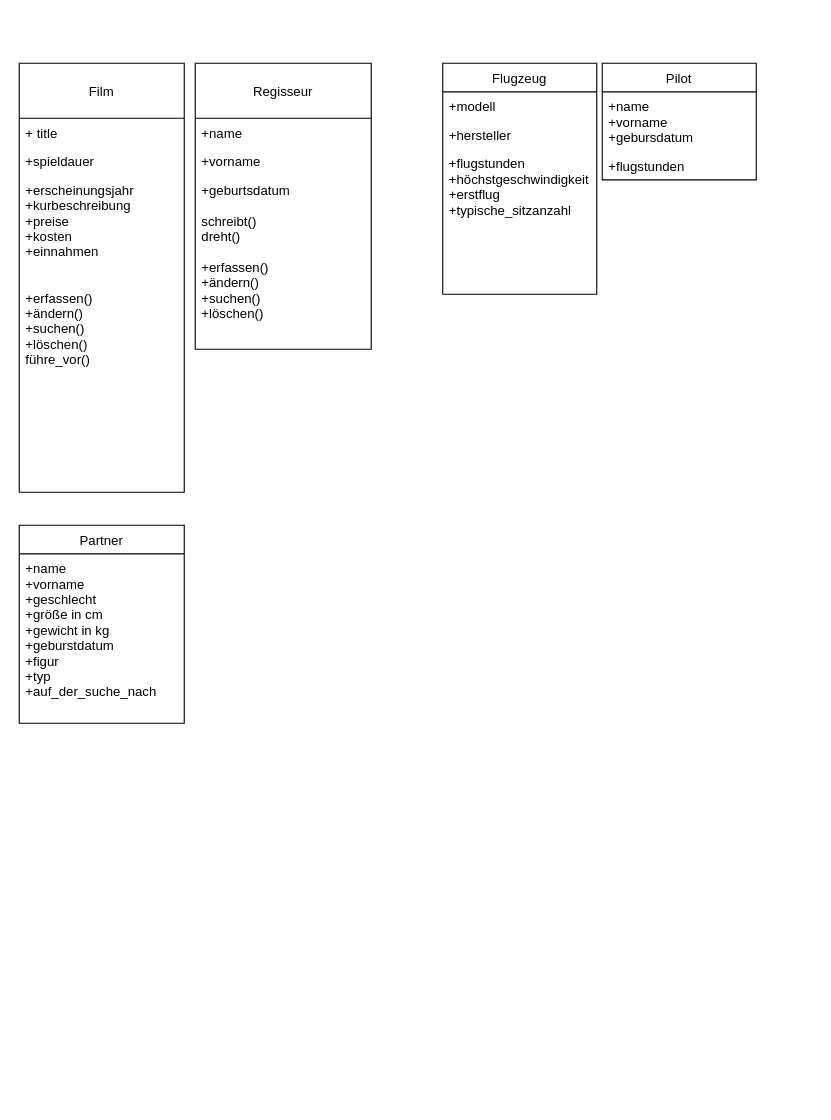
CarlBerthold/PHP--MYSQL keeps this draw.io diagram as Filmverleih.drawio. Above is the earlier version. Source tidied: cells renumbered, new cells numbered last; positions are measured from the earlier drawing's top-left corner, leaving out a move shared by most shapes. Both pictures are drawn from the tidied source at 110%, with x=0, y=0 at pixel (19, 63).
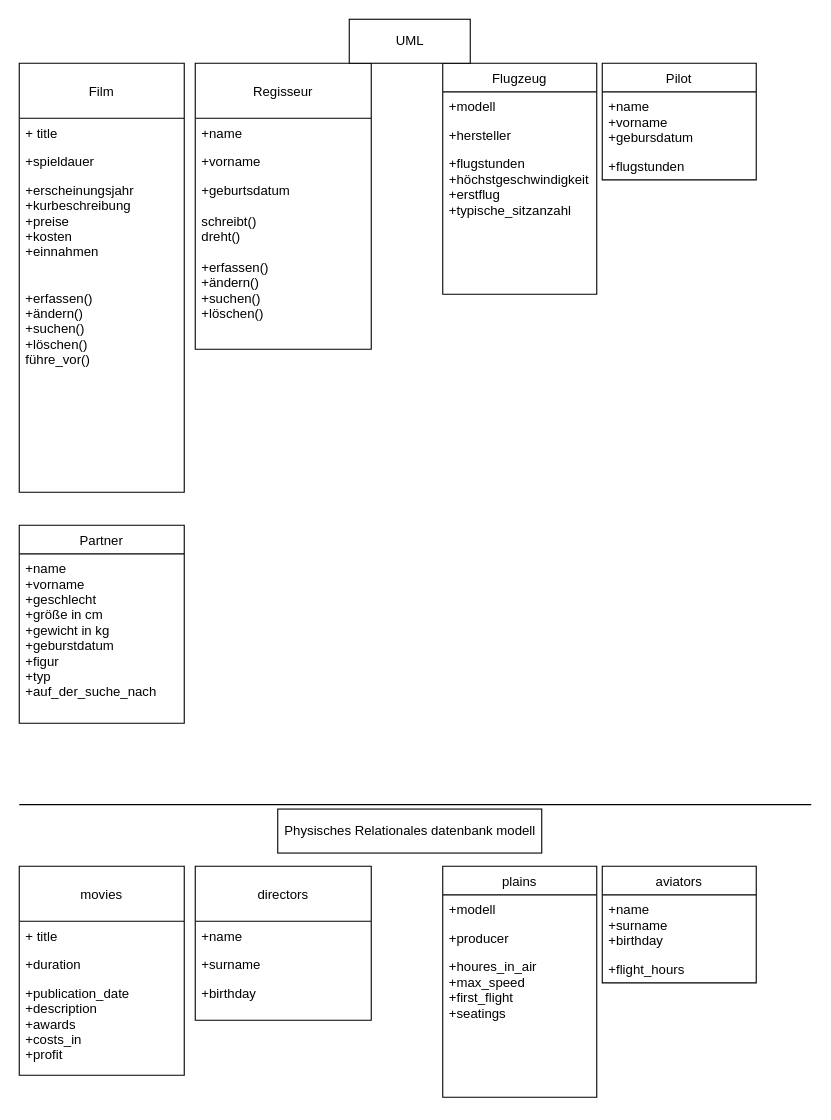
After the change.

Commit message:
physisches datenbankmodell

Change to the diagram source:
```diff
@@
+    <mxCell id="19" value="directors" style="swimlane;fontStyle=0;horizontal=1;startSize=50;fillColor=none;" parent="1" vertex="1">
+      <mxGeometry x="160" y="730" width="160" height="140" as="geometry" />
+    </mxCell>
+    <mxCell id="20" value="+name" style="text;strokeColor=none;fillColor=none;align=left;verticalAlign=top;spacingLeft=4;spacingRight=4;overflow=hidden;" parent="19" vertex="1">
+      <mxGeometry y="50" width="160" height="26" as="geometry" />
+    </mxCell>
+    <mxCell id="21" value="+surname" style="text;strokeColor=none;fillColor=none;align=left;verticalAlign=top;spacingLeft=4;spacingRight=4;overflow=hidden;" parent="19" vertex="1">
+      <mxGeometry y="76" width="160" height="26" as="geometry" />
+    </mxCell>
+    <mxCell id="22" value="+birthday" style="text;strokeColor=none;fillColor=none;align=left;verticalAlign=top;spacingLeft=4;spacingRight=4;overflow=hidden;" parent="19" vertex="1">
+      <mxGeometry y="102" width="160" height="38" as="geometry" />
+    </mxCell>
+    <mxCell id="23" value="movies" style="swimlane;fontStyle=0;horizontal=1;startSize=50;fillColor=none;" parent="1" vertex="1">
+      <mxGeometry y="730" width="150" height="190" as="geometry" />
+    </mxCell>
+    <mxCell id="24" value="+ title" style="text;strokeColor=none;fillColor=none;align=left;verticalAlign=top;spacingLeft=4;spacingRight=4;overflow=hidden;" parent="23" vertex="1">
+      <mxGeometry y="50" width="150" height="26" as="geometry" />
+    </mxCell>
+    <mxCell id="25" value="+duration" style="text;strokeColor=none;fillColor=none;align=left;verticalAlign=top;spacingLeft=4;spacingRight=4;overflow=hidden;" parent="23" vertex="1">
+      <mxGeometry y="76" width="150" height="26" as="geometry" />
+    </mxCell>
+    <mxCell id="26" value="+publication_date&#10;+description&#10;+awards&#10;+costs_in&#10;+profit" style="text;strokeColor=none;fillColor=none;align=left;verticalAlign=top;spacingLeft=4;spacingRight=4;overflow=hidden;" parent="23" vertex="1">
+      <mxGeometry y="102" width="150" height="88" as="geometry" />
+    </mxCell>
+    <mxCell id="27" value="plains" style="swimlane;fontStyle=0;horizontal=1;startSize=26;fillColor=none;" parent="1" vertex="1">
+      <mxGeometry x="385" y="730" width="140" height="210" as="geometry" />
+    </mxCell>
+    <mxCell id="28" value="+modell&#10;" style="text;strokeColor=none;fillColor=none;align=left;verticalAlign=top;spacingLeft=4;spacingRight=4;overflow=hidden;" parent="27" vertex="1">
+      <mxGeometry y="26" width="140" height="26" as="geometry" />
+    </mxCell>
+    <mxCell id="29" value="+producer" style="text;strokeColor=none;fillColor=none;align=left;verticalAlign=top;spacingLeft=4;spacingRight=4;overflow=hidden;" parent="27" vertex="1">
+      <mxGeometry y="52" width="140" height="26" as="geometry" />
+    </mxCell>
+    <mxCell id="30" value="+houres_in_air&#10;+max_speed&#10;+first_flight&#10;+seatings" style="text;strokeColor=none;fillColor=none;align=left;verticalAlign=top;spacingLeft=4;spacingRight=4;overflow=hidden;" parent="27" vertex="1">
+      <mxGeometry y="78" width="140" height="132" as="geometry" />
+    </mxCell>
+    <mxCell id="31" value="aviators" style="swimlane;fontStyle=0;horizontal=1;startSize=26;fillColor=none;" parent="1" vertex="1">
+      <mxGeometry x="530" y="730" width="140" height="106" as="geometry" />
+    </mxCell>
+    <mxCell id="32" value="+name&#10;+surname&#10;+birthday" style="text;strokeColor=none;fillColor=none;align=left;verticalAlign=top;spacingLeft=4;spacingRight=4;overflow=hidden;" parent="31" vertex="1">
+      <mxGeometry y="26" width="140" height="54" as="geometry" />
+    </mxCell>
+    <mxCell id="33" value="+flight_hours" style="text;strokeColor=none;fillColor=none;align=left;verticalAlign=top;spacingLeft=4;spacingRight=4;overflow=hidden;" parent="31" vertex="1">
+      <mxGeometry y="80" width="140" height="26" as="geometry" />
+    </mxCell>
+    <mxCell id="34" style="line;strokeWidth=1;fillColor=none;align=left;verticalAlign=middle;spacingTop=-1;spacingLeft=3;spacingRight=3;labelPosition=right;strokeColor=inherit;" parent="1" vertex="1">
+      <mxGeometry y="670" width="720" height="8" as="geometry" />
+    </mxCell>
+    <mxCell id="35" value="UML" style="html=1;" parent="1" vertex="1">
+      <mxGeometry x="300" y="-40" width="110" height="40" as="geometry" />
+    </mxCell>
+    <mxCell id="36" value="Physisches Relationales datenbank modell" style="html=1;" parent="1" vertex="1">
+      <mxGeometry x="235" y="678" width="240" height="40" as="geometry" />
+    </mxCell>
```
